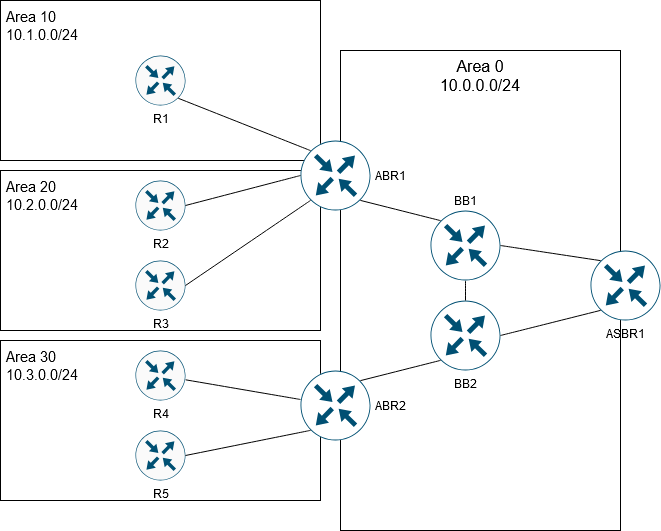
Above: encor/routing/ospf/ospf_lab.drawio.png in rs0les/ccnp_lab (draw.io), before the change. Source tidied: cells renumbered, new cells last; positions are measured from the earlier drawing's top-left corner, leaving out a move shared by most shapes.
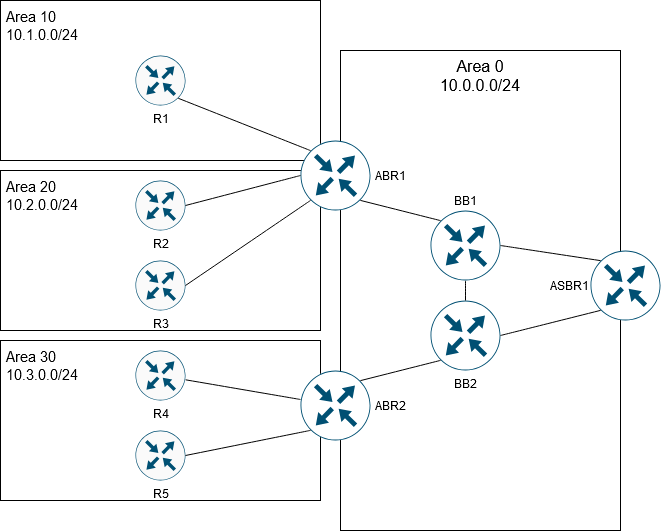
After the commit.

What changed in the source:
```diff
@@ -26,7 +26,7 @@
     <mxCell id="9" value="BB2" style="sketch=0;points=[[0.5,0,0],[1,0.5,0],[0.5,1,0],[0,0.5,0],[0.145,0.145,0],[0.8555,0.145,0],[0.855,0.8555,0],[0.145,0.855,0]];verticalLabelPosition=bottom;html=1;verticalAlign=top;align=center;shape=mxgraph.cisco19.rect;prIcon=router;fillColor=default;strokeColor=#005073;" parent="1" vertex="1">
       <mxGeometry x="430" y="300" width="70" height="70" as="geometry" />
     </mxCell>
-    <mxCell id="10" value="ASBR1" style="sketch=0;points=[[0.5,0,0],[1,0.5,0],[0.5,1,0],[0,0.5,0],[0.145,0.145,0],[0.8555,0.145,0],[0.855,0.8555,0],[0.145,0.855,0]];verticalLabelPosition=bottom;html=1;verticalAlign=top;align=center;shape=mxgraph.cisco19.rect;prIcon=router;fillColor=default;strokeColor=#005073;" parent="1" vertex="1">
+    <mxCell id="10" value="ASBR1" style="sketch=0;points=[[0.5,0,0],[1,0.5,0],[0.5,1,0],[0,0.5,0],[0.145,0.145,0],[0.8555,0.145,0],[0.855,0.8555,0],[0.145,0.855,0]];verticalLabelPosition=middle;html=1;verticalAlign=middle;align=right;shape=mxgraph.cisco19.rect;prIcon=router;fillColor=default;strokeColor=#005073;labelPosition=left;" parent="1" vertex="1">
       <mxGeometry x="590" y="250" width="70" height="70" as="geometry" />
     </mxCell>
     <mxCell id="11" style="edgeStyle=none;shape=connector;curved=1;rounded=0;jettySize=auto;html=1;strokeColor=default;align=center;verticalAlign=middle;fontFamily=Helvetica;fontSize=12;fontColor=default;labelBackgroundColor=default;startSize=8;endArrow=none;endFill=0;endSize=8;" parent="1" edge="1" source="12" target="9">
```
